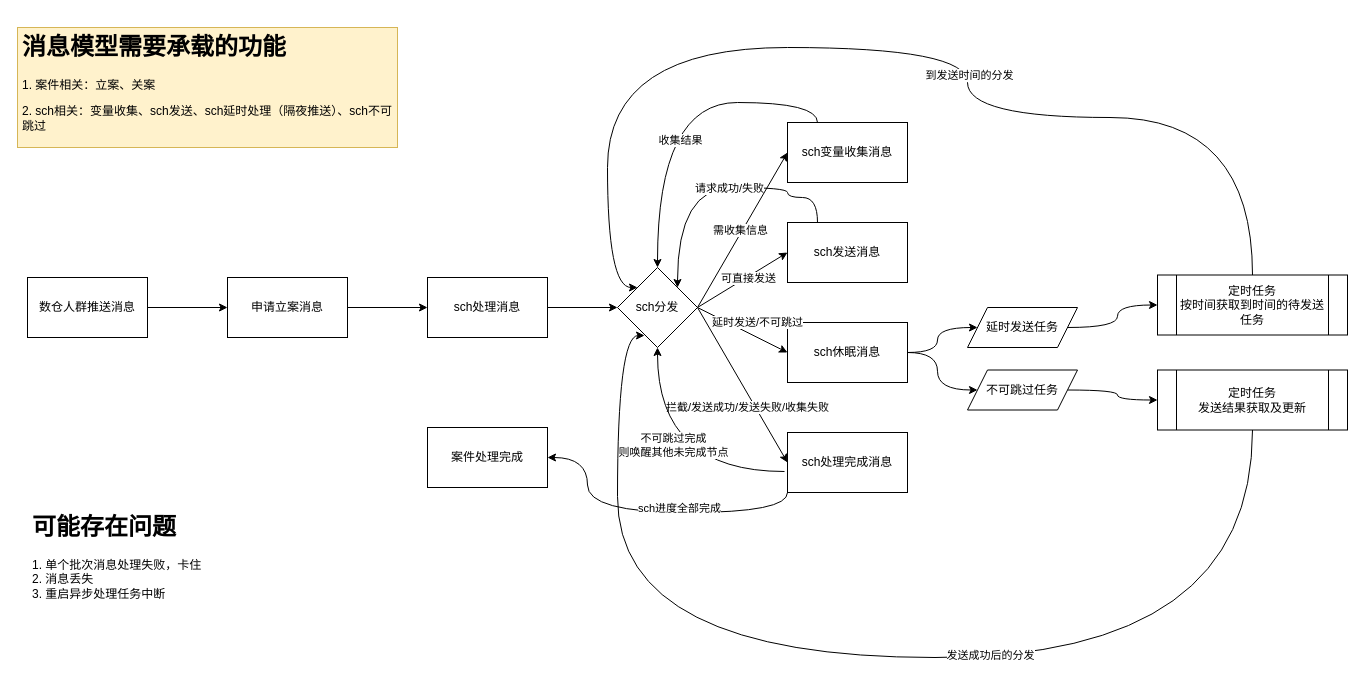
Before: page "处理引擎" (3 of 6) of 运营决策系统设计.drawio in ABIN-DS/flowchart, a draw.io diagram. Source tidied: cells renumbered, new cells numbered last; positions are measured from the earlier drawing's top-left corner, leaving out a move shared by most shapes. Both pictures are drawn from the tidied source at 100%, with x=0, y=0 at pixel (17, 27).
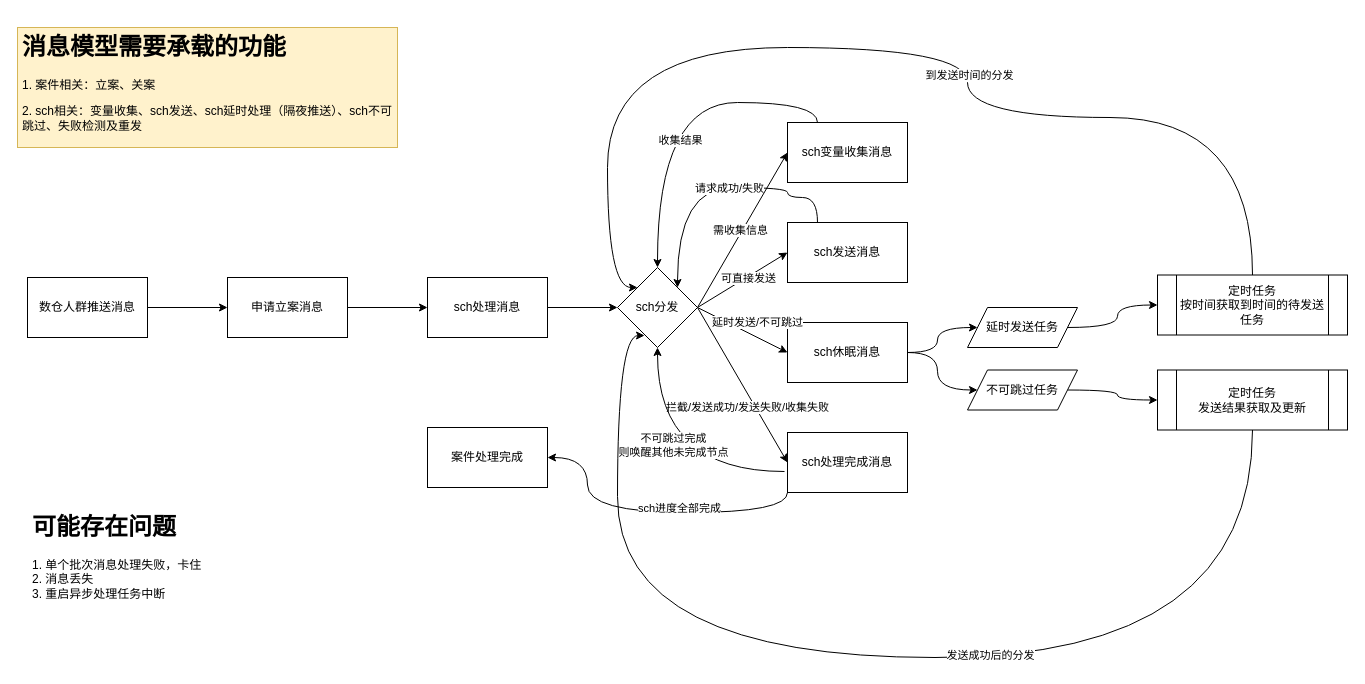
The same page after the edit.

The edit, as a diff of the source:
```diff
@@
-    <mxCell id="31" value="&lt;h1&gt;消息模型需要承载的功能&lt;/h1&gt;&lt;p&gt;1. 案件相关：立案、关案&lt;/p&gt;&lt;p&gt;2. sch相关：变量收集、sch发送、sch延时处理（隔夜推送）、sch不可跳过&lt;/p&gt;" style="text;html=1;strokeColor=#d6b656;fillColor=#fff2cc;spacing=5;spacingTop=-20;whiteSpace=wrap;overflow=hidden;rounded=0;" parent="1" vertex="1">
+    <mxCell id="31" value="&lt;h1&gt;消息模型需要承载的功能&lt;/h1&gt;&lt;p&gt;1. 案件相关：立案、关案&lt;/p&gt;&lt;p&gt;2. sch相关：变量收集、sch发送、sch延时处理（隔夜推送）、sch不可跳过、失败检测及重发&lt;/p&gt;" style="text;html=1;strokeColor=#d6b656;fillColor=#fff2cc;spacing=5;spacingTop=-20;whiteSpace=wrap;overflow=hidden;rounded=0;" parent="1" vertex="1">
       <mxGeometry width="380" height="120" as="geometry" />
     </mxCell>
```
